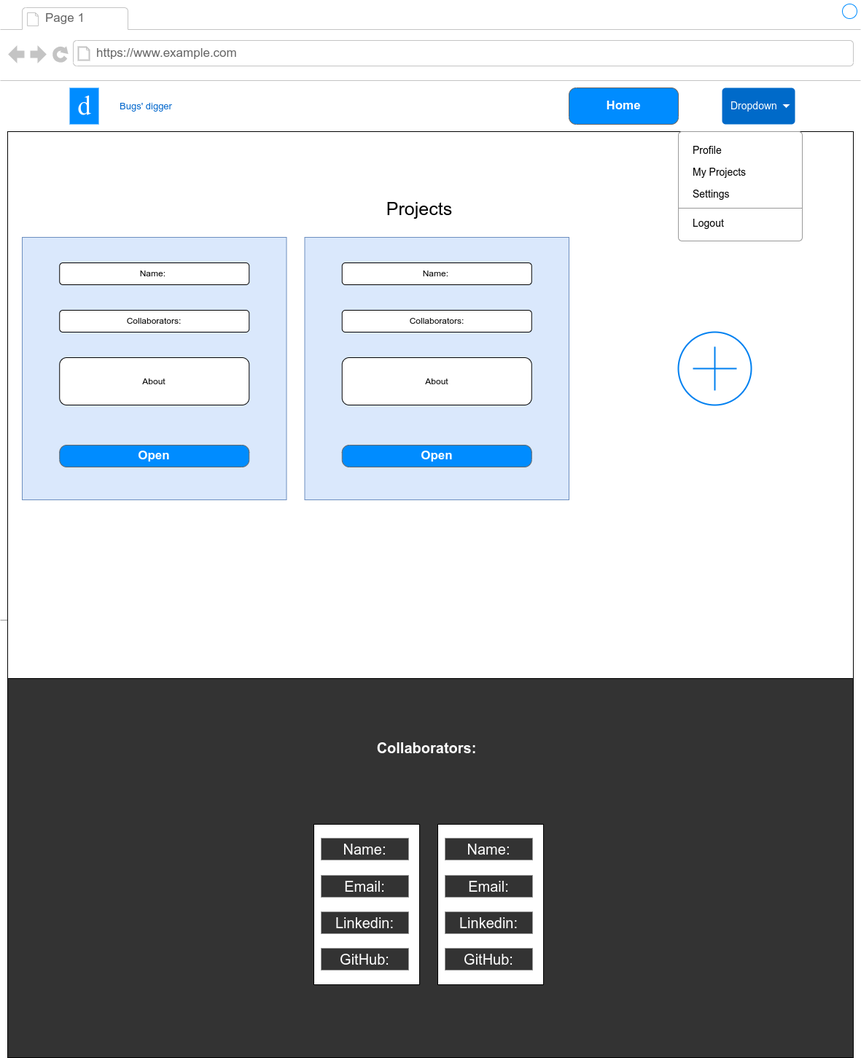
Earlier version of the draw.io export documentation/wireframes/projects_page.png (IuliiaKonovalova/issue_tracker). Source tidied: cells renumbered, new cells last; positions are measured from the earlier drawing's top-left corner, leaving out a move shared by most shapes.
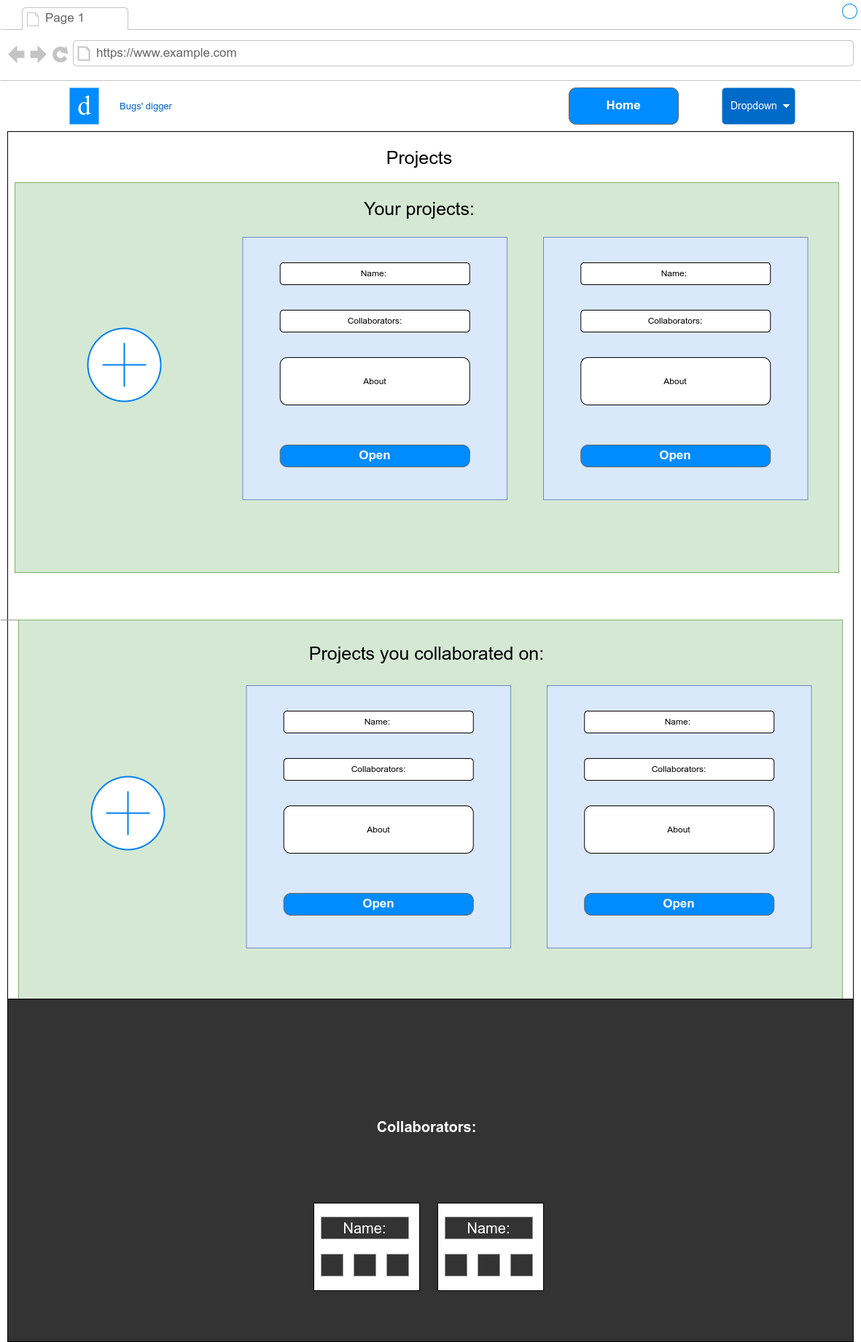
After the change.

The edit, as a diff of the source:
```diff
@@ -5,9 +5,12 @@
     <mxCell id="2" style="strokeWidth=1;shadow=0;dashed=0;align=center;html=1;shape=mxgraph.mockup.containers.browserWindow;rSize=0;strokeColor2=#008cff;strokeColor3=#c4c4c4;mainText=,;strokeColor=#FFFFFF;fontColor=#FFFFFF;" parent="1" vertex="1">
       <mxGeometry width="1180" height="1450" as="geometry" />
     </mxCell>
-    <mxCell id="3" style="rounded=0;whiteSpace=wrap;html=1;fillColor=#333333;" parent="2" vertex="1">
-      <mxGeometry x="10" y="850" width="1160" height="600" as="geometry" />
-    </mxCell>
+    <mxCell id="11" style="rounded=0;whiteSpace=wrap;html=1;" parent="2" vertex="1">
+      <mxGeometry x="10" y="180" width="1160" height="1220" as="geometry" />
+    </mxCell>
+    <mxCell id="42" style="rounded=0;whiteSpace=wrap;html=1;fillColor=#d5e8d4;strokeColor=#82b366;" parent="2" vertex="1">
+      <mxGeometry x="20" y="250" width="1130" height="535" as="geometry" />
+    </mxCell>
     <mxCell id="4" value="Page 1" style="strokeWidth=1;shadow=0;dashed=0;align=center;html=1;shape=mxgraph.mockup.containers.anchor;fontSize=17;fontColor=#666666;align=left;" parent="2" vertex="1">
       <mxGeometry x="60" y="12" width="110" height="26" as="geometry" />
     </mxCell>
@@ -20,51 +23,18 @@
     <mxCell id="7" style="verticalLabelPosition=bottom;shadow=0;dashed=0;align=center;html=1;verticalAlign=top;strokeWidth=1;shape=mxgraph.mockup.markup.line;strokeColor=#999999;fillColor=#008CFF;fontSize=13;fontColor=#0066CC;" parent="2" vertex="1">
       <mxGeometry y="840" width="1150" height="20" as="geometry" />
     </mxCell>
-    <mxCell id="8" style="shape=rect;fillColor=#ffffff;strokeColor=#000000;shadow=0;fontSize=13;fontColor=#0066CC;" parent="2" vertex="1">
-      <mxGeometry x="430" y="1130" width="145" height="220" as="geometry" />
-    </mxCell>
     <mxCell id="9" value="d" style="text;html=1;align=center;verticalAlign=middle;fontSize=37;fontFamily=Tahoma;fillColor=#008CFF;fontColor=#FFFFFF;" parent="2" vertex="1">
       <mxGeometry x="95" y="120" width="40" height="50" as="geometry" />
     </mxCell>
     <mxCell id="10" value="Home" style="strokeWidth=1;shadow=0;dashed=0;align=center;html=1;shape=mxgraph.mockup.buttons.button;strokeColor=#666666;fontColor=#ffffff;mainText=;buttonStyle=round;fontSize=17;fontStyle=1;fillColor=#008cff;whiteSpace=wrap;" parent="2" vertex="1">
       <mxGeometry x="780" y="120" width="150" height="50" as="geometry" />
     </mxCell>
-    <mxCell id="11" style="rounded=0;whiteSpace=wrap;html=1;" parent="2" vertex="1">
-      <mxGeometry x="10" y="180" width="1160" height="750" as="geometry" />
-    </mxCell>
-    <mxCell id="12" value="&lt;span style=&quot;font-size: 25px&quot;&gt;Projects&lt;/span&gt;" style="text;html=1;strokeColor=none;fillColor=none;align=center;verticalAlign=middle;whiteSpace=wrap;rounded=0;" parent="2" vertex="1">
+    <mxCell id="12" value="&lt;span style=&quot;font-size: 25px&quot;&gt;Your projects:&lt;/span&gt;" style="text;html=1;strokeColor=none;fillColor=none;align=center;verticalAlign=middle;whiteSpace=wrap;rounded=0;" parent="2" vertex="1">
       <mxGeometry x="455" y="270" width="240" height="30" as="geometry" />
     </mxCell>
     <mxCell id="13" value="&lt;font color=&quot;#ffffff&quot; style=&quot;font-size: 20px&quot;&gt;&lt;b&gt;Collaborators:&lt;/b&gt;&lt;/font&gt;" style="text;html=1;strokeColor=none;fillColor=none;align=center;verticalAlign=middle;whiteSpace=wrap;rounded=0;" parent="2" vertex="1">
       <mxGeometry x="500" y="1010" width="170" height="30" as="geometry" />
     </mxCell>
-    <mxCell id="14" value="Name:" style="text;html=1;strokeColor=none;fillColor=#333333;align=center;verticalAlign=middle;whiteSpace=wrap;rounded=0;fontSize=20;fontColor=#FFFFFF;" parent="2" vertex="1">
-      <mxGeometry x="440" y="1149" width="120" height="30" as="geometry" />
-    </mxCell>
-    <mxCell id="15" value="Email:" style="text;html=1;strokeColor=none;fillColor=#333333;align=center;verticalAlign=middle;whiteSpace=wrap;rounded=0;fontSize=20;fontColor=#FFFFFF;" parent="2" vertex="1">
-      <mxGeometry x="440" y="1200" width="120" height="30" as="geometry" />
-    </mxCell>
-    <mxCell id="16" value="Linkedin:" style="text;html=1;strokeColor=none;fillColor=#333333;align=center;verticalAlign=middle;whiteSpace=wrap;rounded=0;fontSize=20;fontColor=#FFFFFF;" parent="2" vertex="1">
-      <mxGeometry x="440" y="1250" width="120" height="30" as="geometry" />
-    </mxCell>
-    <mxCell id="17" value="GitHub:" style="text;html=1;strokeColor=none;fillColor=#333333;align=center;verticalAlign=middle;whiteSpace=wrap;rounded=0;fontSize=20;fontColor=#FFFFFF;" parent="2" vertex="1">
-      <mxGeometry x="440" y="1300" width="120" height="30" as="geometry" />
-    </mxCell>
-    <mxCell id="18" style="shape=rect;fillColor=#ffffff;strokeColor=#000000;shadow=0;fontSize=13;fontColor=#0066CC;" parent="2" vertex="1">
-      <mxGeometry x="600" y="1130" width="145" height="220" as="geometry" />
-    </mxCell>
-    <mxCell id="19" value="Name:" style="text;html=1;strokeColor=none;fillColor=#333333;align=center;verticalAlign=middle;whiteSpace=wrap;rounded=0;fontSize=20;fontColor=#FFFFFF;" parent="2" vertex="1">
-      <mxGeometry x="610" y="1149" width="120" height="30" as="geometry" />
-    </mxCell>
-    <mxCell id="20" value="Email:" style="text;html=1;strokeColor=none;fillColor=#333333;align=center;verticalAlign=middle;whiteSpace=wrap;rounded=0;fontSize=20;fontColor=#FFFFFF;" parent="2" vertex="1">
-      <mxGeometry x="610" y="1200" width="120" height="30" as="geometry" />
-    </mxCell>
-    <mxCell id="21" value="Linkedin:" style="text;html=1;strokeColor=none;fillColor=#333333;align=center;verticalAlign=middle;whiteSpace=wrap;rounded=0;fontSize=20;fontColor=#FFFFFF;" parent="2" vertex="1">
-      <mxGeometry x="610" y="1250" width="120" height="30" as="geometry" />
-    </mxCell>
-    <mxCell id="22" value="GitHub:" style="text;html=1;strokeColor=none;fillColor=#333333;align=center;verticalAlign=middle;whiteSpace=wrap;rounded=0;fontSize=20;fontColor=#FFFFFF;" parent="2" vertex="1">
-      <mxGeometry x="610" y="1300" width="120" height="30" as="geometry" />
-    </mxCell>
     <mxCell id="23" value="Dropdown" style="html=1;shadow=0;dashed=0;shape=mxgraph.bootstrap.rrect;rSize=5;strokeColor=none;strokeWidth=1;fillColor=#006AC9;fontColor=#ffffff;whiteSpace=wrap;align=left;verticalAlign=middle;fontStyle=0;fontSize=14;spacingLeft=10;" parent="2" vertex="1">
       <mxGeometry x="990" y="120" width="100" height="50" as="geometry" />
     </mxCell>
@@ -73,64 +43,116 @@
         <mxPoint x="-17" y="-2.5" as="offset" />
       </mxGeometry>
     </mxCell>
-    <mxCell id="25" style="html=1;shadow=0;dashed=0;shape=mxgraph.bootstrap.rrect;rSize=5;fillColor=#ffffff;strokeColor=#999999;" parent="2" vertex="1">
-      <mxGeometry x="930" y="180" width="170" height="150" as="geometry" />
-    </mxCell>
-    <mxCell id="26" value="Profile" style="fillColor=none;strokeColor=none;align=left;spacing=20;fontSize=14;" parent="25" vertex="1">
-      <mxGeometry width="170" height="30" relative="1" as="geometry">
-        <mxPoint y="10" as="offset" />
-      </mxGeometry>
-    </mxCell>
-    <mxCell id="27" value="My Projects" style="fillColor=none;strokeColor=none;align=left;spacing=20;fontSize=14;" parent="25" vertex="1">
-      <mxGeometry width="170" height="30" relative="1" as="geometry">
-        <mxPoint y="40" as="offset" />
-      </mxGeometry>
-    </mxCell>
-    <mxCell id="28" style="shape=line;strokeColor=#999999;perimeter=none;" parent="25" vertex="1">
-      <mxGeometry width="170" height="10" relative="1" as="geometry">
-        <mxPoint y="100" as="offset" />
-      </mxGeometry>
-    </mxCell>
-    <mxCell id="29" value="Logout" style="fillColor=none;strokeColor=none;align=left;spacing=20;fontSize=14;" parent="25" vertex="1">
-      <mxGeometry width="170" height="30" relative="1" as="geometry">
-        <mxPoint y="110" as="offset" />
-      </mxGeometry>
-    </mxCell>
-    <mxCell id="30" value="Settings" style="fillColor=none;strokeColor=none;align=left;spacing=20;fontSize=14;" parent="25" vertex="1">
-      <mxGeometry y="70" width="170" height="30" as="geometry" />
-    </mxCell>
     <mxCell id="31" style="rounded=0;whiteSpace=wrap;html=1;fillColor=#dae8fc;strokeColor=#6c8ebf;" parent="2" vertex="1">
-      <mxGeometry x="30" y="325" width="362.5" height="360" as="geometry" />
+      <mxGeometry x="745" y="325" width="362.5" height="360" as="geometry" />
     </mxCell>
     <mxCell id="32" style="html=1;verticalLabelPosition=bottom;align=center;labelBackgroundColor=#ffffff;verticalAlign=top;strokeWidth=2;strokeColor=#0080F0;shadow=0;dashed=0;shape=mxgraph.ios7.icons.add;" parent="2" vertex="1">
-      <mxGeometry x="930" y="455" width="100" height="100" as="geometry" />
+      <mxGeometry x="120" y="450" width="100" height="100" as="geometry" />
     </mxCell>
     <mxCell id="33" value="Name:&amp;nbsp;" style="rounded=1;whiteSpace=wrap;html=1;" parent="2" vertex="1">
-      <mxGeometry x="81.2" y="360" width="260" height="30" as="geometry" />
+      <mxGeometry x="796.2" y="360" width="260" height="30" as="geometry" />
     </mxCell>
     <mxCell id="34" value="Collaborators:" style="rounded=1;whiteSpace=wrap;html=1;" parent="2" vertex="1">
-      <mxGeometry x="81.2" y="425" width="260" height="30" as="geometry" />
+      <mxGeometry x="796.2" y="425" width="260" height="30" as="geometry" />
     </mxCell>
     <mxCell id="35" value="About" style="rounded=1;whiteSpace=wrap;html=1;" parent="2" vertex="1">
-      <mxGeometry x="81.2" y="490" width="260" height="65" as="geometry" />
+      <mxGeometry x="796.2" y="490" width="260" height="65" as="geometry" />
     </mxCell>
     <mxCell id="36" value="Open" style="strokeWidth=1;shadow=0;dashed=0;align=center;html=1;shape=mxgraph.mockup.buttons.button;strokeColor=#666666;fontColor=#ffffff;mainText=;buttonStyle=round;fontSize=17;fontStyle=1;fillColor=#008cff;whiteSpace=wrap;" parent="2" vertex="1">
-      <mxGeometry x="81.2" y="610" width="260" height="30" as="geometry" />
+      <mxGeometry x="796.2" y="610" width="260" height="30" as="geometry" />
     </mxCell>
     <mxCell id="37" style="rounded=0;whiteSpace=wrap;html=1;fillColor=#dae8fc;strokeColor=#6c8ebf;" parent="2" vertex="1">
-      <mxGeometry x="417.5" y="325" width="362.5" height="360" as="geometry" />
+      <mxGeometry x="332.5" y="325" width="362.5" height="360" as="geometry" />
     </mxCell>
     <mxCell id="38" value="Name:&amp;nbsp;" style="rounded=1;whiteSpace=wrap;html=1;" parent="2" vertex="1">
-      <mxGeometry x="468.8" y="360" width="260" height="30" as="geometry" />
+      <mxGeometry x="383.8" y="360" width="260" height="30" as="geometry" />
     </mxCell>
     <mxCell id="39" value="Collaborators:" style="rounded=1;whiteSpace=wrap;html=1;" parent="2" vertex="1">
-      <mxGeometry x="468.8" y="425" width="260" height="30" as="geometry" />
+      <mxGeometry x="383.8" y="425" width="260" height="30" as="geometry" />
     </mxCell>
     <mxCell id="40" value="About" style="rounded=1;whiteSpace=wrap;html=1;" parent="2" vertex="1">
-      <mxGeometry x="468.8" y="490" width="260" height="65" as="geometry" />
+      <mxGeometry x="383.8" y="490" width="260" height="65" as="geometry" />
     </mxCell>
     <mxCell id="41" value="Open" style="strokeWidth=1;shadow=0;dashed=0;align=center;html=1;shape=mxgraph.mockup.buttons.button;strokeColor=#666666;fontColor=#ffffff;mainText=;buttonStyle=round;fontSize=17;fontStyle=1;fillColor=#008cff;whiteSpace=wrap;" parent="2" vertex="1">
-      <mxGeometry x="468.8" y="610" width="260" height="30" as="geometry" />
+      <mxGeometry x="383.8" y="610" width="260" height="30" as="geometry" />
     </mxCell>
+    <mxCell id="43" value="&lt;span style=&quot;font-size: 25px&quot;&gt;Projects&lt;/span&gt;" style="text;html=1;strokeColor=none;fillColor=none;align=center;verticalAlign=middle;whiteSpace=wrap;rounded=0;" parent="2" vertex="1">
+      <mxGeometry x="455" y="200" width="240" height="30" as="geometry" />
+    </mxCell>
+    <mxCell id="44" style="rounded=0;whiteSpace=wrap;html=1;fillColor=#d5e8d4;strokeColor=#82b366;" parent="2" vertex="1">
+      <mxGeometry x="25" y="850" width="1130" height="550" as="geometry" />
+    </mxCell>
+    <mxCell id="45" style="rounded=0;whiteSpace=wrap;html=1;fillColor=#dae8fc;strokeColor=#6c8ebf;" parent="2" vertex="1">
+      <mxGeometry x="750" y="940" width="362.5" height="360" as="geometry" />
+    </mxCell>
+    <mxCell id="46" style="html=1;verticalLabelPosition=bottom;align=center;labelBackgroundColor=#ffffff;verticalAlign=top;strokeWidth=2;strokeColor=#0080F0;shadow=0;dashed=0;shape=mxgraph.ios7.icons.add;" parent="2" vertex="1">
+      <mxGeometry x="125" y="1065" width="100" height="100" as="geometry" />
+    </mxCell>
+    <mxCell id="47" value="Name:&amp;nbsp;" style="rounded=1;whiteSpace=wrap;html=1;" parent="2" vertex="1">
+      <mxGeometry x="801.2" y="975" width="260" height="30" as="geometry" />
+    </mxCell>
+    <mxCell id="48" value="Collaborators:" style="rounded=1;whiteSpace=wrap;html=1;" parent="2" vertex="1">
+      <mxGeometry x="801.2" y="1040" width="260" height="30" as="geometry" />
+    </mxCell>
+    <mxCell id="49" value="About" style="rounded=1;whiteSpace=wrap;html=1;" parent="2" vertex="1">
+      <mxGeometry x="801.2" y="1105" width="260" height="65" as="geometry" />
+    </mxCell>
+    <mxCell id="50" value="Open" style="strokeWidth=1;shadow=0;dashed=0;align=center;html=1;shape=mxgraph.mockup.buttons.button;strokeColor=#666666;fontColor=#ffffff;mainText=;buttonStyle=round;fontSize=17;fontStyle=1;fillColor=#008cff;whiteSpace=wrap;" parent="2" vertex="1">
+      <mxGeometry x="801.2" y="1225" width="260" height="30" as="geometry" />
+    </mxCell>
+    <mxCell id="51" style="rounded=0;whiteSpace=wrap;html=1;fillColor=#dae8fc;strokeColor=#6c8ebf;" parent="2" vertex="1">
+      <mxGeometry x="337.5" y="940" width="362.5" height="360" as="geometry" />
+    </mxCell>
+    <mxCell id="52" value="Name:&amp;nbsp;" style="rounded=1;whiteSpace=wrap;html=1;" parent="2" vertex="1">
+      <mxGeometry x="388.8" y="975" width="260" height="30" as="geometry" />
+    </mxCell>
+    <mxCell id="53" value="Collaborators:" style="rounded=1;whiteSpace=wrap;html=1;" parent="2" vertex="1">
+      <mxGeometry x="388.8" y="1040" width="260" height="30" as="geometry" />
+    </mxCell>
+    <mxCell id="54" value="About" style="rounded=1;whiteSpace=wrap;html=1;" parent="2" vertex="1">
+      <mxGeometry x="388.8" y="1105" width="260" height="65" as="geometry" />
+    </mxCell>
+    <mxCell id="55" value="Open" style="strokeWidth=1;shadow=0;dashed=0;align=center;html=1;shape=mxgraph.mockup.buttons.button;strokeColor=#666666;fontColor=#ffffff;mainText=;buttonStyle=round;fontSize=17;fontStyle=1;fillColor=#008cff;whiteSpace=wrap;" parent="2" vertex="1">
+      <mxGeometry x="388.8" y="1225" width="260" height="30" as="geometry" />
+    </mxCell>
+    <mxCell id="56" value="&lt;span style=&quot;font-size: 25px&quot;&gt;Projects you collaborated on:&lt;/span&gt;" style="text;html=1;strokeColor=none;fillColor=none;align=center;verticalAlign=middle;whiteSpace=wrap;rounded=0;" parent="2" vertex="1">
+      <mxGeometry x="380" y="880" width="410" height="30" as="geometry" />
+    </mxCell>
+    <mxCell id="57" style="rounded=0;whiteSpace=wrap;html=1;fillColor=#333333;" parent="1" vertex="1">
+      <mxGeometry x="10" y="1370" width="1160" height="470" as="geometry" />
+    </mxCell>
+    <mxCell id="58" style="shape=rect;fillColor=#ffffff;strokeColor=#000000;shadow=0;fontSize=13;fontColor=#0066CC;" parent="1" vertex="1">
+      <mxGeometry x="430" y="1650" width="145" height="120" as="geometry" />
+    </mxCell>
+    <mxCell id="59" value="&lt;font color=&quot;#ffffff&quot; style=&quot;font-size: 20px&quot;&gt;&lt;b&gt;Collaborators:&lt;/b&gt;&lt;/font&gt;" style="text;html=1;strokeColor=none;fillColor=none;align=center;verticalAlign=middle;whiteSpace=wrap;rounded=0;" parent="1" vertex="1">
+      <mxGeometry x="500" y="1530" width="170" height="30" as="geometry" />
+    </mxCell>
+    <mxCell id="60" value="Name:" style="text;html=1;strokeColor=none;fillColor=#333333;align=center;verticalAlign=middle;whiteSpace=wrap;rounded=0;fontSize=20;fontColor=#FFFFFF;" parent="1" vertex="1">
+      <mxGeometry x="440" y="1669" width="120" height="30" as="geometry" />
+    </mxCell>
+    <mxCell id="61" style="text;html=1;strokeColor=none;fillColor=#333333;align=center;verticalAlign=middle;whiteSpace=wrap;rounded=0;fontSize=20;fontColor=#FFFFFF;" parent="1" vertex="1">
+      <mxGeometry x="440" y="1720" width="30" height="30" as="geometry" />
+    </mxCell>
+    <mxCell id="62" style="shape=rect;fillColor=#ffffff;strokeColor=#000000;shadow=0;fontSize=13;fontColor=#0066CC;" parent="1" vertex="1">
+      <mxGeometry x="600" y="1650" width="145" height="120" as="geometry" />
+    </mxCell>
+    <mxCell id="63" value="Name:" style="text;html=1;strokeColor=none;fillColor=#333333;align=center;verticalAlign=middle;whiteSpace=wrap;rounded=0;fontSize=20;fontColor=#FFFFFF;" parent="1" vertex="1">
+      <mxGeometry x="610" y="1669" width="120" height="30" as="geometry" />
+    </mxCell>
+    <mxCell id="64" style="text;html=1;strokeColor=none;fillColor=#333333;align=center;verticalAlign=middle;whiteSpace=wrap;rounded=0;fontSize=20;fontColor=#FFFFFF;" parent="1" vertex="1">
+      <mxGeometry x="530" y="1720" width="30" height="30" as="geometry" />
+    </mxCell>
+    <mxCell id="65" style="text;html=1;strokeColor=none;fillColor=#333333;align=center;verticalAlign=middle;whiteSpace=wrap;rounded=0;fontSize=20;fontColor=#FFFFFF;" parent="1" vertex="1">
+      <mxGeometry x="485" y="1720" width="30" height="30" as="geometry" />
+    </mxCell>
+    <mxCell id="66" style="text;html=1;strokeColor=none;fillColor=#333333;align=center;verticalAlign=middle;whiteSpace=wrap;rounded=0;fontSize=20;fontColor=#FFFFFF;" parent="1" vertex="1">
+      <mxGeometry x="610" y="1720" width="30" height="30" as="geometry" />
+    </mxCell>
+    <mxCell id="67" style="text;html=1;strokeColor=none;fillColor=#333333;align=center;verticalAlign=middle;whiteSpace=wrap;rounded=0;fontSize=20;fontColor=#FFFFFF;" parent="1" vertex="1">
+      <mxGeometry x="655" y="1720" width="30" height="30" as="geometry" />
+    </mxCell>
+    <mxCell id="68" style="text;html=1;strokeColor=none;fillColor=#333333;align=center;verticalAlign=middle;whiteSpace=wrap;rounded=0;fontSize=20;fontColor=#FFFFFF;" parent="1" vertex="1">
+      <mxGeometry x="700" y="1720" width="30" height="30" as="geometry" />
+    </mxCell>
   </root>
 </mxGraphModel>
```
